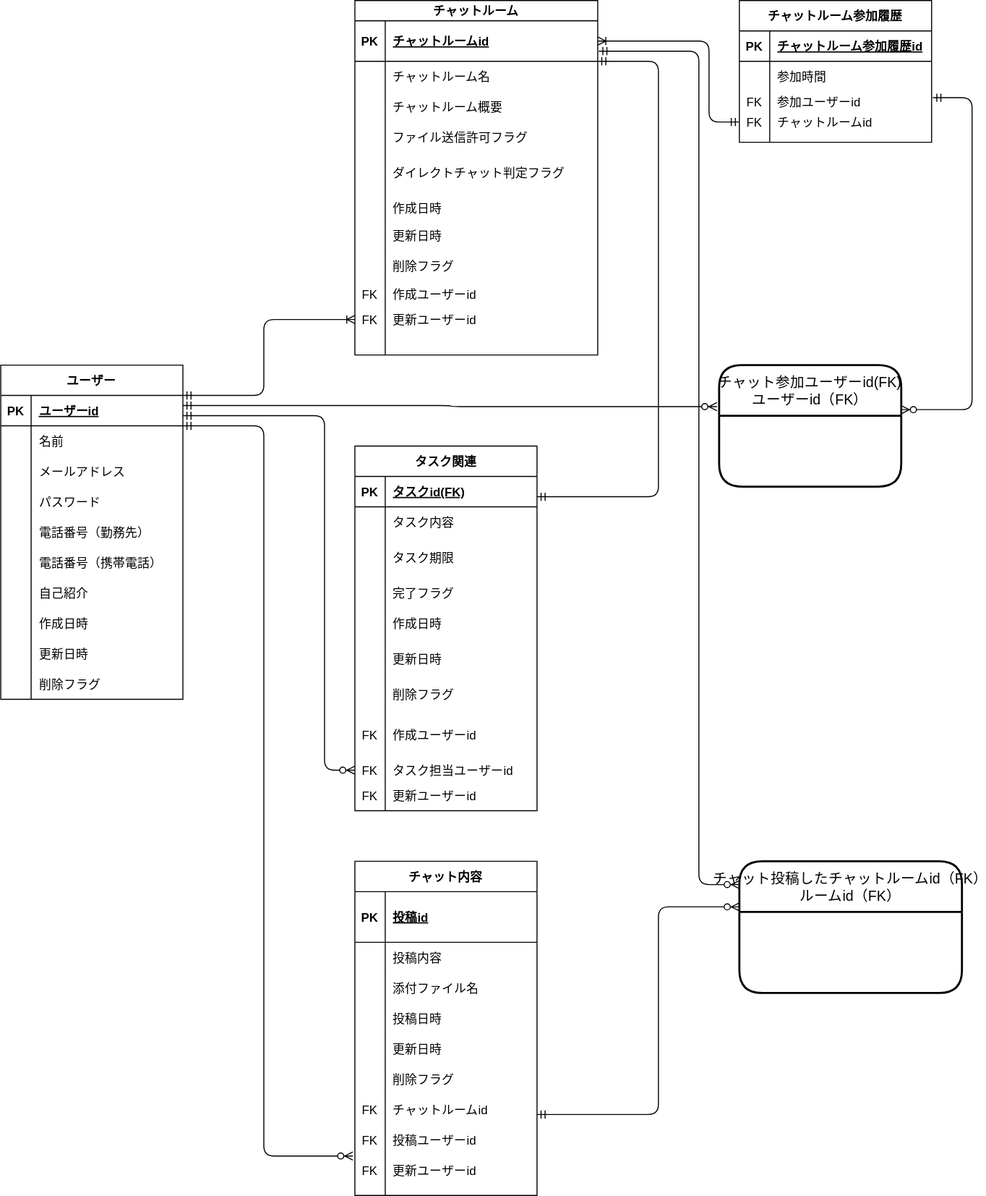
The draw.io diagram db/db-challenge1/ERDiagram.drawio.svg in giyana/codegym-db, before a commit. Source tidied: cells renumbered, new cells last; positions are measured from the earlier drawing's top-left corner, leaving out a move shared by most shapes.
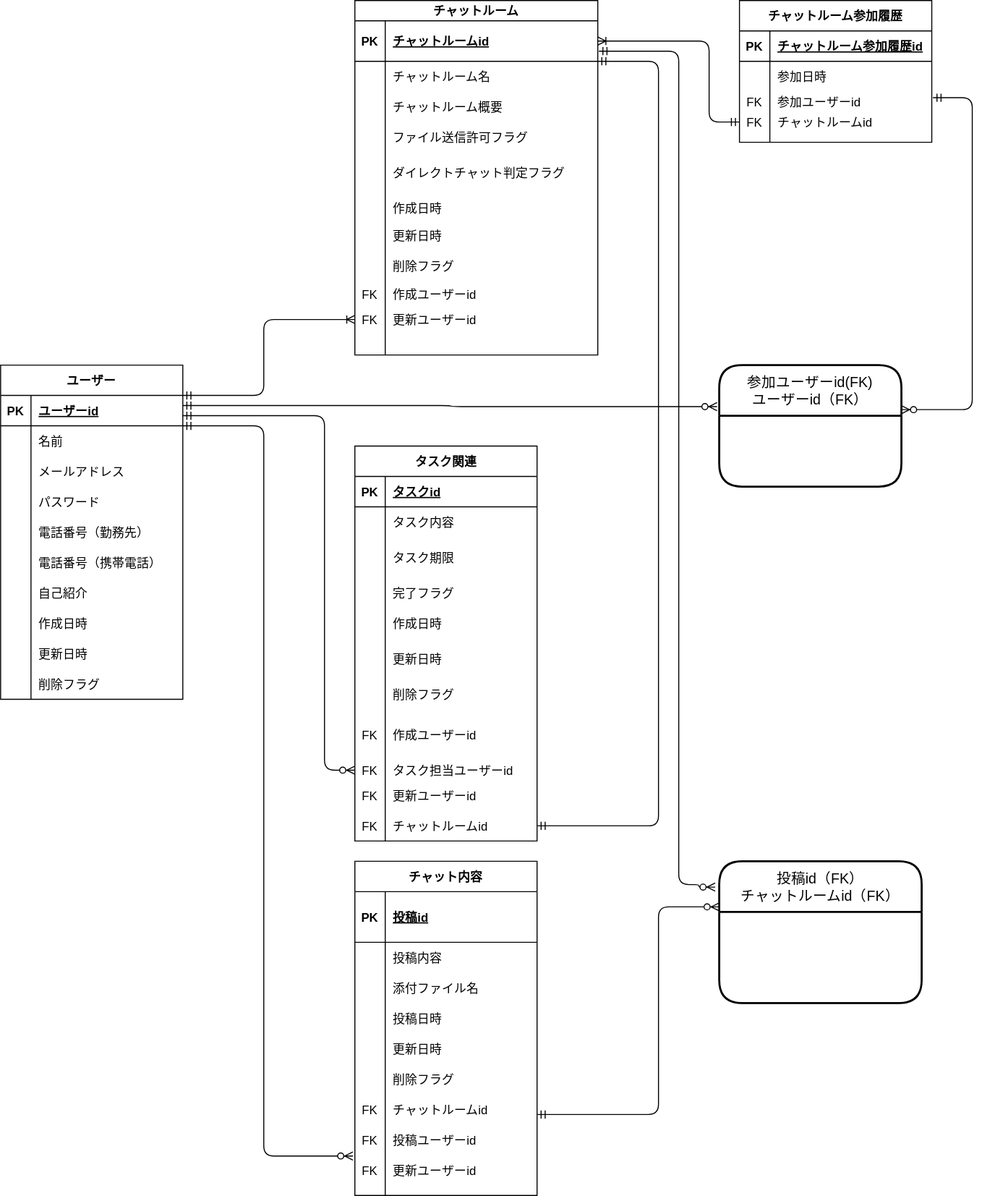
After the change.

Commit message:
[fix]エンティティ修正

The edit, as a diff of the source:
```diff
@@ -180,7 +180,7 @@
       <mxGeometry x="30" width="150" height="30" as="geometry" />
     </mxCell>
     <mxCell id="61" value="タスク関連" style="shape=table;startSize=30;rowLines=0;fontStyle=1;align=center;rounded=0;sketch=0;" parent="1" vertex="1">
-      <mxGeometry x="350" y="440" width="180" height="360" as="geometry" />
+      <mxGeometry x="350" y="440" width="180" height="390" as="geometry" />
     </mxCell>
     <mxCell id="62" style="shape=partialRectangle;fillColor=none;top=0;left=0;bottom=1;right=0;" parent="61" vertex="1">
       <mxGeometry y="30" width="180" height="30" as="geometry" />
@@ -188,7 +188,7 @@
     <mxCell id="63" value="PK" style="shape=partialRectangle;fillColor=none;top=0;left=0;bottom=0;right=0;fontStyle=1;overflow=hidden;" parent="62" vertex="1">
       <mxGeometry width="30" height="30" as="geometry" />
     </mxCell>
-    <mxCell id="64" value="タスクid(FK)" style="shape=partialRectangle;fillColor=none;top=0;left=0;bottom=0;right=0;align=left;spacingLeft=6;fontStyle=5;overflow=hidden;" parent="62" vertex="1">
+    <mxCell id="64" value="タスクid" style="shape=partialRectangle;fillColor=none;top=0;left=0;bottom=0;right=0;align=left;spacingLeft=6;fontStyle=5;overflow=hidden;" parent="62" vertex="1">
       <mxGeometry x="30" width="150" height="30" as="geometry" />
     </mxCell>
     <mxCell id="65" style="shape=partialRectangle;fillColor=none;top=0;left=0;bottom=0;right=0;" parent="61" vertex="1">
@@ -272,6 +272,15 @@
     <mxCell id="91" value="更新ユーザーid" style="shape=partialRectangle;fillColor=none;top=0;left=0;bottom=0;right=0;align=left;spacingLeft=6;overflow=hidden;" parent="89" vertex="1">
       <mxGeometry x="30" width="150" height="30" as="geometry" />
     </mxCell>
+    <mxCell id="147" style="shape=partialRectangle;fillColor=none;top=0;left=0;bottom=0;right=0;points=[[0,0.5],[1,0.5]];portConstraint=eastwest;" parent="61" vertex="1">
+      <mxGeometry y="360" width="180" height="30" as="geometry" />
+    </mxCell>
+    <mxCell id="148" value="FK" style="shape=partialRectangle;fillColor=none;top=0;left=0;bottom=0;right=0;fontStyle=0;overflow=hidden;" parent="147" vertex="1">
+      <mxGeometry width="30" height="30" as="geometry" />
+    </mxCell>
+    <mxCell id="149" value="チャットルームid" style="shape=partialRectangle;fillColor=none;top=0;left=0;bottom=0;right=0;align=left;spacingLeft=6;fontStyle=0;overflow=hidden;" parent="147" vertex="1">
+      <mxGeometry x="30" width="150" height="30" as="geometry" />
+    </mxCell>
     <mxCell id="92" value="チャットルーム" style="shape=table;startSize=20;rowLines=0;fontStyle=1;align=center;rounded=0;sketch=0;" parent="1" vertex="1">
       <mxGeometry x="350" width="240" height="350" as="geometry" />
     </mxCell>
@@ -383,7 +392,7 @@
     <mxCell id="128" style="shape=partialRectangle;fillColor=none;top=0;left=0;bottom=0;right=0;overflow=hidden;" parent="127" vertex="1">
       <mxGeometry width="30" height="30" as="geometry" />
     </mxCell>
-    <mxCell id="129" value="参加時間" style="shape=partialRectangle;fillColor=none;top=0;left=0;bottom=0;right=0;align=left;spacingLeft=6;overflow=hidden;" parent="127" vertex="1">
+    <mxCell id="129" value="参加日時" style="shape=partialRectangle;fillColor=none;top=0;left=0;bottom=0;right=0;align=left;spacingLeft=6;overflow=hidden;" parent="127" vertex="1">
       <mxGeometry x="30" width="160" height="30" as="geometry" />
     </mxCell>
     <mxCell id="130" style="shape=partialRectangle;fillColor=none;top=0;left=0;bottom=0;right=0;points=[[0,0.5],[1,0.5]];portConstraint=eastwest;" parent="123" vertex="1">
@@ -422,13 +431,12 @@
         </Array>
       </mxGeometry>
     </mxCell>
-    <mxCell id="138" style="edgeStyle=orthogonalEdgeStyle;fontSize=12;html=1;endArrow=ERmandOne;startArrow=ERmandOne;" parent="1" edge="1">
+    <mxCell id="138" style="edgeStyle=orthogonalEdgeStyle;fontSize=12;html=1;endArrow=ERmandOne;startArrow=ERmandOne;entryX=1;entryY=0.5;entryDx=0;entryDy=0;" parent="1" edge="1" target="147">
       <mxGeometry relative="1" as="geometry">
         <mxPoint x="590" y="60" as="sourcePoint" />
-        <mxPoint x="530" y="490" as="targetPoint" />
         <Array as="points">
           <mxPoint x="650" y="60" />
-          <mxPoint x="650" y="490" />
+          <mxPoint x="650" y="815" />
         </Array>
       </mxGeometry>
     </mxCell>
@@ -449,7 +457,7 @@
         </Array>
       </mxGeometry>
     </mxCell>
-    <mxCell id="141" value="チャット参加ユーザーid(FK)&#10;ユーザーid（FK）" style="swimlane;horizontal=1;startSize=50;rounded=1;fontSize=14;fontStyle=0;strokeWidth=2;shadow=0;dashed=0;align=center;" parent="1" vertex="1">
+    <mxCell id="141" value="参加ユーザーid(FK)&#10;ユーザーid（FK）" style="swimlane;horizontal=1;startSize=50;rounded=1;fontSize=14;fontStyle=0;strokeWidth=2;shadow=0;dashed=0;align=center;" parent="1" vertex="1">
       <mxGeometry x="710" y="360" width="180" height="120" as="geometry" />
     </mxCell>
     <mxCell id="142" style="edgeStyle=orthogonalEdgeStyle;fontSize=12;html=1;endArrow=ERzeroToMany;startArrow=ERmandOne;entryX=-0.012;entryY=0.342;entryDx=0;entryDy=0;entryPerimeter=0;" parent="1" edge="1" target="141">
@@ -466,23 +474,24 @@
         </Array>
       </mxGeometry>
     </mxCell>
-    <mxCell id="144" value="チャット投稿したチャットルームid（FK）&#10;ルームid（FK）" style="swimlane;horizontal=1;startSize=50;rounded=1;fontSize=14;fontStyle=0;strokeWidth=2;shadow=0;dashed=0;align=center;" parent="1" vertex="1">
-      <mxGeometry x="730" y="850" width="220" height="130" as="geometry" />
+    <mxCell id="144" value="投稿id（FK）&#10;チャットルームid（FK）" style="swimlane;horizontal=1;startSize=50;rounded=1;fontSize=14;fontStyle=0;strokeWidth=2;shadow=0;dashed=0;align=center;" parent="1" vertex="1">
+      <mxGeometry x="710" y="850" width="200" height="140" as="geometry" />
     </mxCell>
-    <mxCell id="145" style="edgeStyle=orthogonalEdgeStyle;fontSize=12;html=1;endArrow=ERzeroToMany;startArrow=ERmandOne;exitX=1.006;exitY=0.3;exitDx=0;exitDy=0;exitPerimeter=0;" parent="1" edge="1">
+    <mxCell id="145" style="edgeStyle=orthogonalEdgeStyle;fontSize=12;html=1;endArrow=ERzeroToMany;startArrow=ERmandOne;exitX=1.006;exitY=0.3;exitDx=0;exitDy=0;exitPerimeter=0;entryX=-0.02;entryY=0.182;entryDx=0;entryDy=0;entryPerimeter=0;" parent="1" edge="1" target="144">
       <mxGeometry relative="1" as="geometry">
         <mxPoint x="591.1" y="50" as="sourcePoint" />
-        <mxPoint x="730" y="873" as="targetPoint" />
         <Array as="points">
-          <mxPoint x="690" y="50" />
+          <mxPoint x="670" y="50" />
+          <mxPoint x="670" y="873" />
           <mxPoint x="690" y="873" />
+          <mxPoint x="690" y="876" />
         </Array>
       </mxGeometry>
     </mxCell>
     <mxCell id="146" style="edgeStyle=orthogonalEdgeStyle;fontSize=12;html=1;endArrow=ERzeroToMany;startArrow=ERmandOne;exitX=1.006;exitY=0.3;exitDx=0;exitDy=0;exitPerimeter=0;" parent="1" edge="1">
       <mxGeometry relative="1" as="geometry">
         <mxPoint x="530" y="1100" as="sourcePoint" />
-        <mxPoint x="730" y="895" as="targetPoint" />
+        <mxPoint x="710" y="895" as="targetPoint" />
         <Array as="points">
           <mxPoint x="650" y="1100" />
           <mxPoint x="650" y="895" />
```
